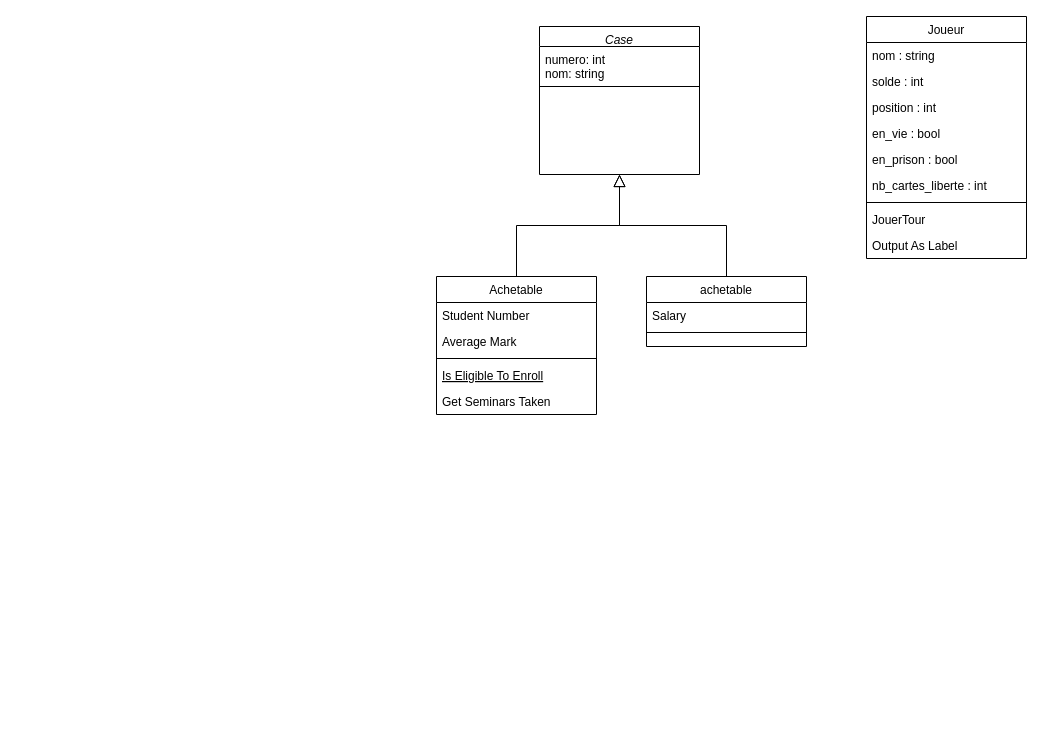
Earlier version of the draw.io diagram DiagrammeMonopoly.drawio (ECN-SEC-SMP/tp6-note-Kortam_Seye_Small_Soulard). Source tidied: cells renumbered, new cells numbered last; positions are measured from the earlier drawing's top-left corner, leaving out a move shared by most shapes. Both pictures are drawn from the tidied source at 100%, with x=0, y=0 at pixel (436, 16).
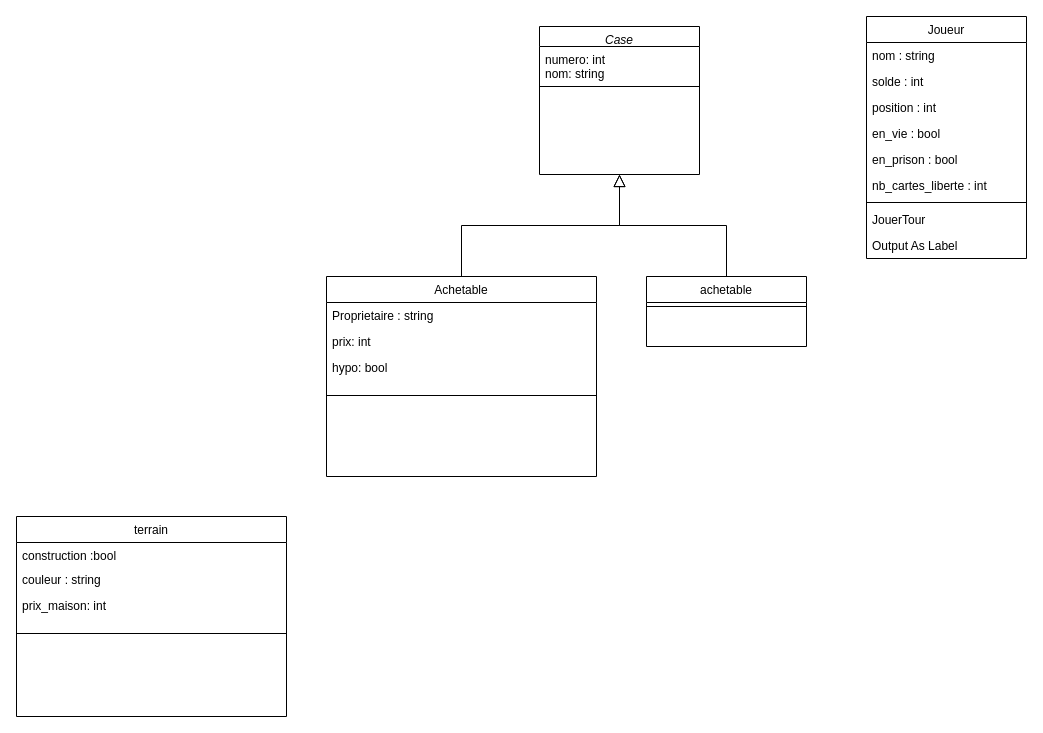
The same diagram, later.

Commit message (it also covers changes not shown here):
Mettre à jour DiagrammeMonopoly.drawio

Unchanged cells that the change refers to:
```xml
<mxCell id="12" value="achetable" style="swimlane;fontStyle=0;align=center;verticalAlign=top;horizontal=1;startSize=26;rounded=0;shadow=0;strokeWidth=1;" parent="1" vertex="1">
  <mxGeometry x="210" y="260" width="160" height="70" as="geometry" />
</mxCell>
```

Diff of the diagram source:
```diff
@@
     <mxCell id="5" value="Achetable" style="swimlane;fontStyle=0;align=center;verticalAlign=top;horizontal=1;startSize=26;rounded=0;shadow=0;strokeWidth=1;" parent="1" vertex="1">
-      <mxGeometry y="260" width="160" height="138" as="geometry" />
+      <mxGeometry x="-110" y="260" width="270" height="200" as="geometry" />
     </mxCell>
-    <mxCell id="6" value="Student Number" style="text;align=left;verticalAlign=top;spacingLeft=4;spacingRight=4;overflow=hidden;" parent="5" vertex="1">
-      <mxGeometry y="26" width="160" height="26" as="geometry" />
+    <mxCell id="6" value="Proprietaire : string" style="text;align=left;verticalAlign=top;spacingLeft=4;spacingRight=4;overflow=hidden;" parent="5" vertex="1">
+      <mxGeometry y="26" width="270" height="26" as="geometry" />
     </mxCell>
-    <mxCell id="7" value="Average Mark" style="text;align=left;verticalAlign=top;spacingLeft=4;spacingRight=4;overflow=hidden;rounded=0;shadow=0;html=0;" parent="5" vertex="1">
-      <mxGeometry y="52" width="160" height="26" as="geometry" />
+    <mxCell id="7" value="prix: int" style="text;align=left;verticalAlign=top;spacingLeft=4;spacingRight=4;overflow=hidden;rounded=0;shadow=0;html=0;" parent="5" vertex="1">
+      <mxGeometry y="52" width="270" height="26" as="geometry" />
     </mxCell>
+    <mxCell id="26" value="hypo: bool" style="text;align=left;verticalAlign=top;spacingLeft=4;spacingRight=4;overflow=hidden;rounded=0;shadow=0;html=0;" parent="5" vertex="1">
+      <mxGeometry y="78" width="270" height="26" as="geometry" />
+    </mxCell>
     <mxCell id="8" style="line;html=1;strokeWidth=1;align=left;verticalAlign=middle;spacingTop=-1;spacingLeft=3;spacingRight=3;labelPosition=right;" parent="5" vertex="1">
-      <mxGeometry y="78" width="160" height="8" as="geometry" />
+      <mxGeometry y="104" width="270" height="30" as="geometry" />
     </mxCell>
-    <mxCell id="9" value="Is Eligible To Enroll" style="text;align=left;verticalAlign=top;spacingLeft=4;spacingRight=4;overflow=hidden;fontStyle=4;" parent="5" vertex="1">
-      <mxGeometry y="86" width="160" height="26" as="geometry" />
-    </mxCell>
-    <mxCell id="10" value="Get Seminars Taken" style="text;align=left;verticalAlign=top;spacingLeft=4;spacingRight=4;overflow=hidden;" parent="5" vertex="1">
-      <mxGeometry y="112" width="160" height="26" as="geometry" />
-    </mxCell>
@@
-    <mxCell id="13" value="Salary" style="text;align=left;verticalAlign=top;spacingLeft=4;spacingRight=4;overflow=hidden;" parent="12" vertex="1">
-      <mxGeometry y="26" width="160" height="26" as="geometry" />
-    </mxCell>
     <mxCell id="14" style="line;html=1;strokeWidth=1;align=left;verticalAlign=middle;spacingTop=-1;spacingLeft=3;spacingRight=3;labelPosition=right;" parent="12" vertex="1">
-      <mxGeometry y="52" width="160" height="8" as="geometry" />
+      <mxGeometry y="26" width="160" height="8" as="geometry" />
     </mxCell>
@@
+    <mxCell id="27" value="terrain" style="swimlane;fontStyle=0;align=center;verticalAlign=top;horizontal=1;startSize=26;rounded=0;shadow=0;strokeWidth=1;" parent="1" vertex="1">
+      <mxGeometry x="-420" y="500" width="270" height="200" as="geometry" />
+    </mxCell>
+    <mxCell id="28" value="construction :bool" style="text;align=left;verticalAlign=top;spacingLeft=4;spacingRight=4;overflow=hidden;" parent="27" vertex="1">
+      <mxGeometry y="26" width="270" height="24" as="geometry" />
+    </mxCell>
+    <mxCell id="29" value="couleur : string" style="text;align=left;verticalAlign=top;spacingLeft=4;spacingRight=4;overflow=hidden;rounded=0;shadow=0;html=0;" parent="27" vertex="1">
+      <mxGeometry y="50" width="270" height="26" as="geometry" />
+    </mxCell>
+    <mxCell id="30" value="prix_maison: int" style="text;align=left;verticalAlign=top;spacingLeft=4;spacingRight=4;overflow=hidden;rounded=0;shadow=0;html=0;" parent="27" vertex="1">
+      <mxGeometry y="76" width="270" height="26" as="geometry" />
+    </mxCell>
+    <mxCell id="31" style="line;html=1;strokeWidth=1;align=left;verticalAlign=middle;spacingTop=-1;spacingLeft=3;spacingRight=3;labelPosition=right;" parent="27" vertex="1">
+      <mxGeometry y="102" width="270" height="30" as="geometry" />
+    </mxCell>
```
